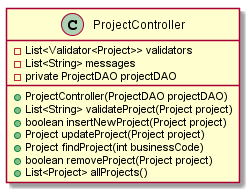
The PlantUML diagram my-java9-module/src/main/resources/my-java9-module.png in ortolanph/VarCompatibilityTest, before a commit. Source of this version:
```plantuml
@startuml

class ProjectController {
    - List<Validator<Project>> validators
    - List<String> messages
    - private ProjectDAO projectDAO
    + ProjectController(ProjectDAO projectDAO)
    + List<String> validateProject(Project project)
    + boolean insertNewProject(Project project)
    + Project updateProject(Project project)
    + Project findProject(int businessCode)
    + boolean removeProject(Project project)
    + List<Project> allProjects()
}

@enduml
```
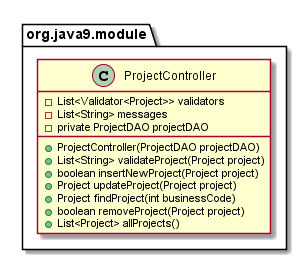
The same file after the commit.

The edit, as a diff of the source:
```diff
@@ -1,16 +1,20 @@
 @startuml
 
-class ProjectController {
-    - List<Validator<Project>> validators
-    - List<String> messages
-    - private ProjectDAO projectDAO
-    + ProjectController(ProjectDAO projectDAO)
-    + List<String> validateProject(Project project)
-    + boolean insertNewProject(Project project)
-    + Project updateProject(Project project)
-    + Project findProject(int businessCode)
-    + boolean removeProject(Project project)
-    + List<Project> allProjects()
+package org.java9.module {
+
+    class ProjectController {
+        - List<Validator<Project>> validators
+        - List<String> messages
+        - private ProjectDAO projectDAO
+        + ProjectController(ProjectDAO projectDAO)
+        + List<String> validateProject(Project project)
+        + boolean insertNewProject(Project project)
+        + Project updateProject(Project project)
+        + Project findProject(int businessCode)
+        + boolean removeProject(Project project)
+        + List<Project> allProjects()
+    }
+
 }
 
 @enduml
```
